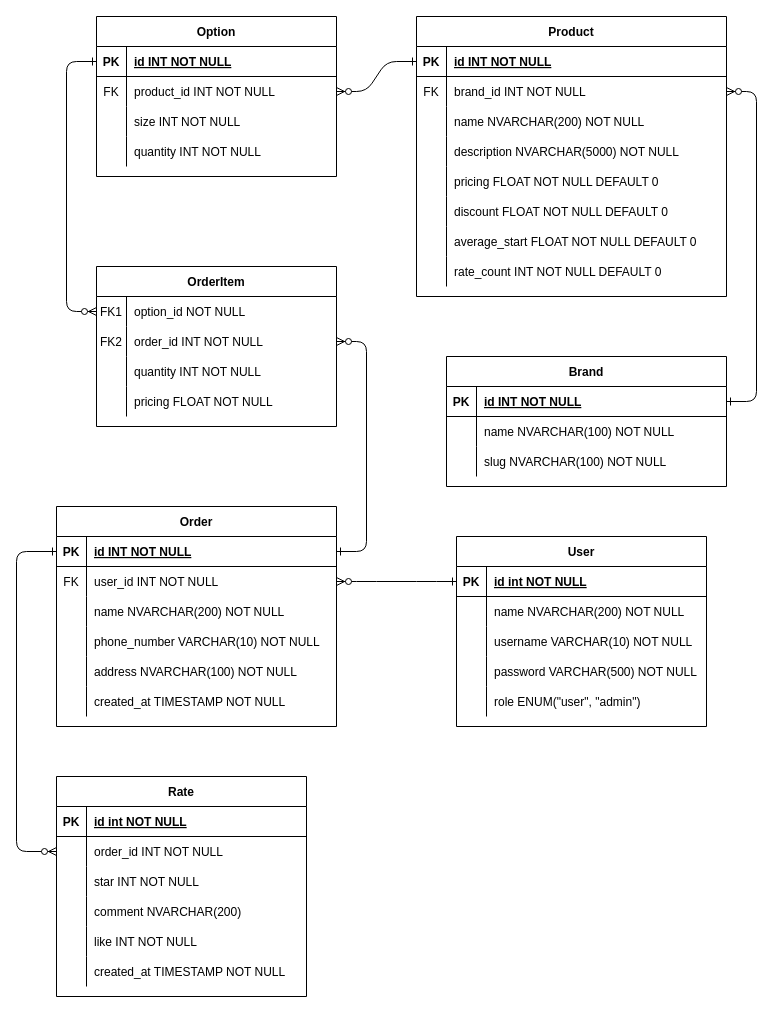
Before: db.drawio in quynm-dev/project-web, a draw.io diagram. Source tidied: cells renumbered, new cells numbered last; positions are measured from the earlier drawing's top-left corner, leaving out a move shared by most shapes. Both pictures are drawn from the tidied source at 100%, with x=0, y=0 at pixel (16, 16).
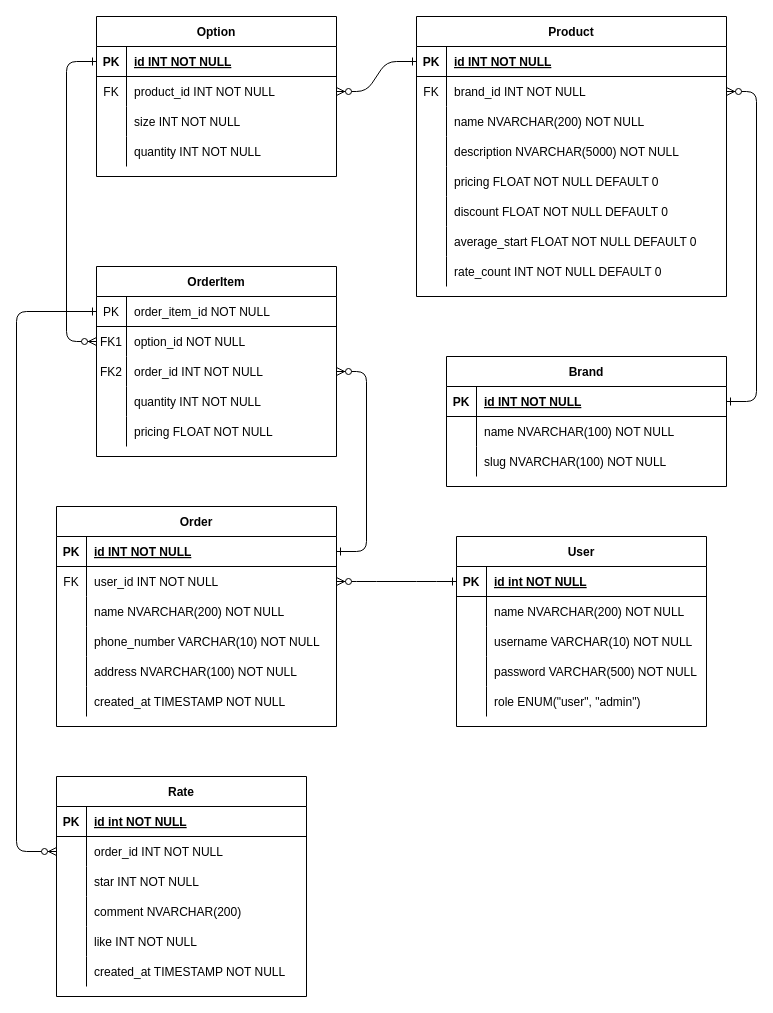
Above is the later version.

Unchanged cells that the change refers to:
```xml
<mxCell id="83" style="shape=partialRectangle;fillColor=none;points=[[0,0.5],[1,0.5]];portConstraint=eastwest;top=0;left=0;right=0;bottom=1;" parent="82" vertex="1">
  <mxGeometry y="30" width="280" height="30" as="geometry" />
</mxCell>
<mxCell id="107" style="shape=partialRectangle;fillColor=none;points=[[0,0.5],[1,0.5]];portConstraint=eastwest;top=0;left=0;right=0;bottom=0;" parent="103" vertex="1">
  <mxGeometry y="60" width="250" height="30" as="geometry" />
</mxCell>
```

What changed in the source:
```diff
@@
     <mxCell id="68" value="OrderItem" style="shape=table;startSize=30;childLayout=tableLayout;rowLines=0;fontStyle=1;align=center;" parent="1" vertex="1">
-      <mxGeometry x="80" y="250" width="240" height="160" as="geometry" />
+      <mxGeometry x="80" y="250" width="240" height="190" as="geometry" />
     </mxCell>
+    <mxCell id="123" style="shape=partialRectangle;fillColor=none;points=[[0,0.5],[1,0.5]];portConstraint=eastwest;top=0;left=0;right=0;bottom=1;" parent="68" vertex="1">
+      <mxGeometry y="30" width="240" height="30" as="geometry" />
+    </mxCell>
+    <mxCell id="124" value="PK" style="shape=partialRectangle;overflow=hidden;fillColor=none;top=0;left=0;bottom=0;right=0;" parent="123" vertex="1">
+      <mxGeometry width="30" height="30" as="geometry" />
+    </mxCell>
+    <mxCell id="125" value="order_item_id NOT NULL" style="shape=partialRectangle;overflow=hidden;fillColor=none;top=0;left=0;bottom=0;right=0;align=left;spacingLeft=6;" parent="123" vertex="1">
+      <mxGeometry x="30" width="210" height="30" as="geometry" />
+    </mxCell>
     <mxCell id="69" style="shape=partialRectangle;fillColor=none;points=[[0,0.5],[1,0.5]];portConstraint=eastwest;top=0;left=0;right=0;bottom=0;" parent="68" vertex="1">
-      <mxGeometry y="30" width="240" height="30" as="geometry" />
+      <mxGeometry y="60" width="240" height="30" as="geometry" />
     </mxCell>
@@
     <mxCell id="72" style="shape=partialRectangle;fillColor=none;points=[[0,0.5],[1,0.5]];portConstraint=eastwest;top=0;left=0;right=0;bottom=0;" parent="68" vertex="1">
-      <mxGeometry y="60" width="240" height="30" as="geometry" />
+      <mxGeometry y="90" width="240" height="30" as="geometry" />
     </mxCell>
@@
     <mxCell id="75" style="shape=partialRectangle;fillColor=none;top=0;left=0;right=0;bottom=0;" parent="68" vertex="1">
-      <mxGeometry y="90" width="240" height="30" as="geometry" />
+      <mxGeometry y="120" width="240" height="30" as="geometry" />
     </mxCell>
@@
     <mxCell id="78" style="shape=partialRectangle;fillColor=none;top=0;left=0;right=0;bottom=0;" parent="68" vertex="1">
-      <mxGeometry y="120" width="240" height="30" as="geometry" />
+      <mxGeometry y="150" width="240" height="30" as="geometry" />
     </mxCell>
@@
-    <mxCell id="122" style="edgeStyle=elbowEdgeStyle;endArrow=ERzeroToMany;startArrow=ERone;endFill=1;startFill=0;exitX=0;exitY=0.5;exitDx=0;exitDy=0;entryX=0;entryY=0.5;entryDx=0;entryDy=0;" parent="1" edge="1" source="83" target="107">
+    <mxCell id="122" style="edgeStyle=elbowEdgeStyle;endArrow=ERzeroToMany;startArrow=ERone;endFill=1;startFill=0;exitX=0;exitY=0.5;exitDx=0;exitDy=0;entryX=0;entryY=0.5;entryDx=0;entryDy=0;" parent="1" edge="1" source="123" target="107">
       <mxGeometry relative="1" as="geometry">
         <Array as="points">
           <mxPoint y="750" />
         </Array>
       </mxGeometry>
     </mxCell>
```
